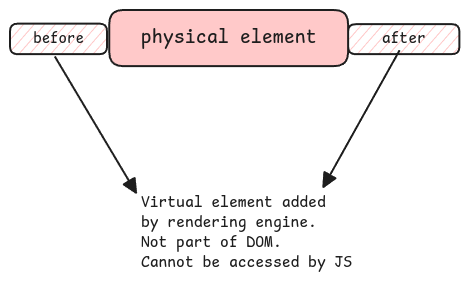
This is static/img/pseudo-elements.excalidraw.png from swaroopar/inprogress-engineer, a Excalidraw export, as it was before one commit. Source tidied: one line per element, renumbered; positions are measured from the earlier drawing's top-left corner, leaving out a move shared by most shapes.
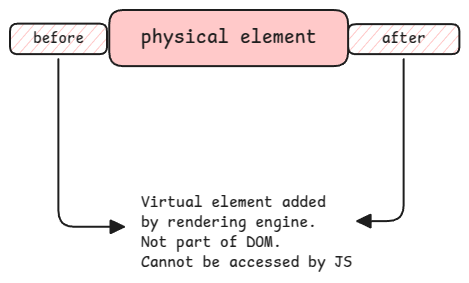
After the commit.

What changed in the source:
```diff
@@ -4,6 +4,6 @@
 {"id": 3, "type": "text", "text": "before", "strokeColor": "#1e1e1e", "strokeWidth": 2, "roughness": 1, "fontSize": 15.33, "fontFamily": 8, "textAlign": "center", "verticalAlign": "middle", "inside": 2, "x": 23, "y": 19, "width": 51, "height": 19}
 {"id": 4, "type": "rectangle", "strokeColor": "#1e1e1e", "backgroundColor": "#ffc9c9", "fillStyle": "hachure", "strokeWidth": 2, "roughness": 0, "round": true, "x": 338, "y": 14, "width": 111, "height": 30}
 {"id": 5, "type": "text", "text": "after", "strokeColor": "#1e1e1e", "strokeWidth": 2, "roughness": 1, "fontSize": 16, "fontFamily": 8, "textAlign": "center", "verticalAlign": "middle", "inside": 4, "x": 372, "y": 19, "width": 44, "height": 20}
-{"id": 6, "type": "arrow", "strokeColor": "#1e1e1e", "backgroundColor": "#ffc9c9", "fillStyle": "hachure", "strokeWidth": 2, "roughness": 0, "endArrowhead": "triangle", "round": true, "from": 2, "to": 7, "x": 45, "y": 47, "width": 81, "height": 136, "points": [[0, 0], [81, 136]]}
+{"id": 6, "type": "arrow", "strokeColor": "#1e1e1e", "backgroundColor": "#ffc9c9", "fillStyle": "hachure", "strokeWidth": 2, "roughness": 0, "endArrowhead": "triangle", "from": 2, "to": 7, "x": 48, "y": 49, "width": 66, "height": 168, "points": [[0, 0], [0, 168], [66, 168]]}
 {"id": 7, "type": "text", "text": "Virtual element added\nby rendering engine.\nNot part of DOM. \nCannot be accessed by JS", "strokeColor": "#1e1e1e", "backgroundColor": "#ffc9c9", "fillStyle": "hachure", "strokeWidth": 2, "roughness": 0, "fontSize": 16, "fontFamily": 8, "x": 131, "y": 183, "width": 211, "height": 80}
-{"id": 8, "type": "arrow", "strokeColor": "#1e1e1e", "backgroundColor": "#ffc9c9", "fillStyle": "hachure", "strokeWidth": 2, "roughness": 0, "endArrowhead": "triangle", "round": true, "from": 4, "to": 7, "x": 389, "y": 41, "width": 76, "height": 136, "points": [[0, 0], [-76, 136]]}
+{"id": 8, "type": "arrow", "strokeColor": "#1e1e1e", "backgroundColor": "#ffc9c9", "fillStyle": "hachure", "strokeWidth": 2, "roughness": 0, "endArrowhead": "triangle", "from": 4, "to": 7, "x": 394, "y": 49, "width": 47, "height": 162, "points": [[0, 0], [0, 162], [-47, 162]]}
```
